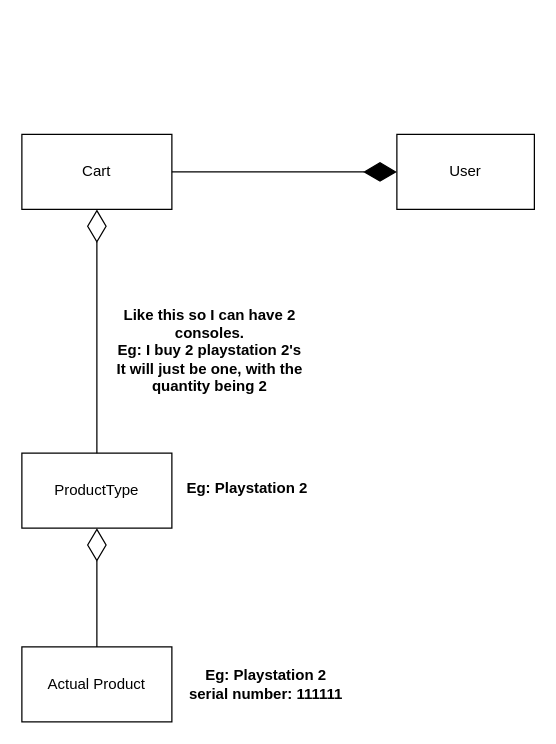
Aersuy/Retro-Console-Store keeps this draw.io diagram as lab1.drawio. Above is the earlier version. Source tidied: cells renumbered, new cells numbered last; positions are measured from the earlier drawing's top-left corner, leaving out a move shared by most shapes. Both pictures are drawn from the tidied source at 125%, with x=0, y=0 at pixel (21, 134).
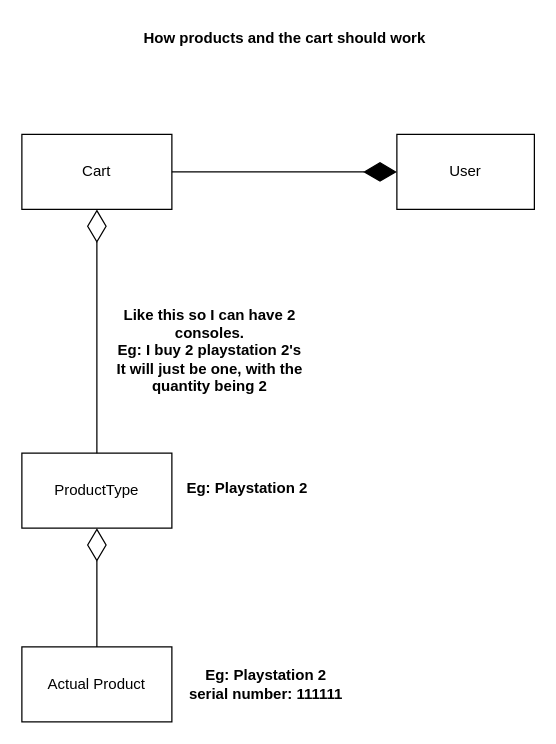
After the change.

Change to the diagram source:
```diff
@@
 <mxGraphModel>
   <root>
     <mxCell id="0" />
     <mxCell id="1" parent="0" />
     <mxCell id="2" value="Cart" style="rounded=0;whiteSpace=wrap;html=1;" parent="1" vertex="1">
       <mxGeometry width="120" height="60" as="geometry" />
     </mxCell>
     <mxCell id="3" value="User" style="html=1;whiteSpace=wrap;" parent="1" vertex="1">
       <mxGeometry x="300" width="110" height="60" as="geometry" />
     </mxCell>
     <mxCell id="4" value="&lt;div&gt;ProductType&lt;/div&gt;" style="html=1;whiteSpace=wrap;" parent="1" vertex="1">
       <mxGeometry y="255" width="120" height="60" as="geometry" />
     </mxCell>
     <mxCell id="5" style="endArrow=diamondThin;endFill=1;endSize=24;html=1;rounded=0;exitX=1;exitY=0.5;exitDx=0;exitDy=0;entryX=0;entryY=0.5;entryDx=0;entryDy=0;" parent="1" edge="1" source="2" target="3">
       <mxGeometry relative="1" as="geometry" />
     </mxCell>
     <mxCell id="6" style="endArrow=diamondThin;endFill=0;endSize=24;html=1;rounded=0;exitX=0.5;exitY=0;exitDx=0;exitDy=0;entryX=0.5;entryY=1;entryDx=0;entryDy=0;" parent="1" edge="1" source="4" target="2">
       <mxGeometry relative="1" as="geometry" />
     </mxCell>
     <mxCell id="7" value="Eg: Playstation 2" style="text;align=center;fontStyle=1;verticalAlign=middle;spacingLeft=3;spacingRight=3;strokeColor=none;html=1;" parent="1" vertex="1">
       <mxGeometry x="140" y="270" width="80" height="26" as="geometry" />
     </mxCell>
     <mxCell id="8" value="&lt;div&gt;Like this so I can have 2&lt;/div&gt;&lt;div&gt;consoles.&lt;/div&gt;&lt;div&gt;Eg: I buy 2 playstation 2's&lt;/div&gt;&lt;div&gt;It will just be one, with the &lt;br&gt;&lt;/div&gt;&lt;div&gt;quantity being 2&lt;/div&gt;" style="text;align=center;fontStyle=1;verticalAlign=middle;spacingLeft=3;spacingRight=3;strokeColor=none;html=1;" parent="1" vertex="1">
       <mxGeometry x="110" y="160" width="80" height="26" as="geometry" />
     </mxCell>
     <mxCell id="9" value="Actual Product" style="html=1;whiteSpace=wrap;" parent="1" vertex="1">
       <mxGeometry y="410" width="120" height="60" as="geometry" />
     </mxCell>
     <mxCell id="10" style="endArrow=diamondThin;endFill=0;endSize=24;html=1;rounded=0;exitX=0.5;exitY=0;exitDx=0;exitDy=0;entryX=0.5;entryY=1;entryDx=0;entryDy=0;" parent="1" edge="1" source="9" target="4">
       <mxGeometry relative="1" as="geometry" />
     </mxCell>
     <mxCell id="11" value="&lt;div&gt;Eg: Playstation 2&lt;/div&gt;&lt;div&gt;serial number: 111111&lt;/div&gt;" style="text;align=center;fontStyle=1;verticalAlign=middle;spacingLeft=3;spacingRight=3;strokeColor=none;html=1;" parent="1" vertex="1">
       <mxGeometry x="155" y="427" width="80" height="26" as="geometry" />
     </mxCell>
+    <mxCell id="12" value="&lt;div&gt;How products and the cart should work&lt;/div&gt;" style="text;align=center;fontStyle=1;verticalAlign=middle;spacingLeft=3;spacingRight=3;strokeColor=none;html=1;" parent="1" vertex="1">
+      <mxGeometry x="170" y="-90" width="80" height="26" as="geometry" />
+    </mxCell>
   </root>
 </mxGraphModel>
```
